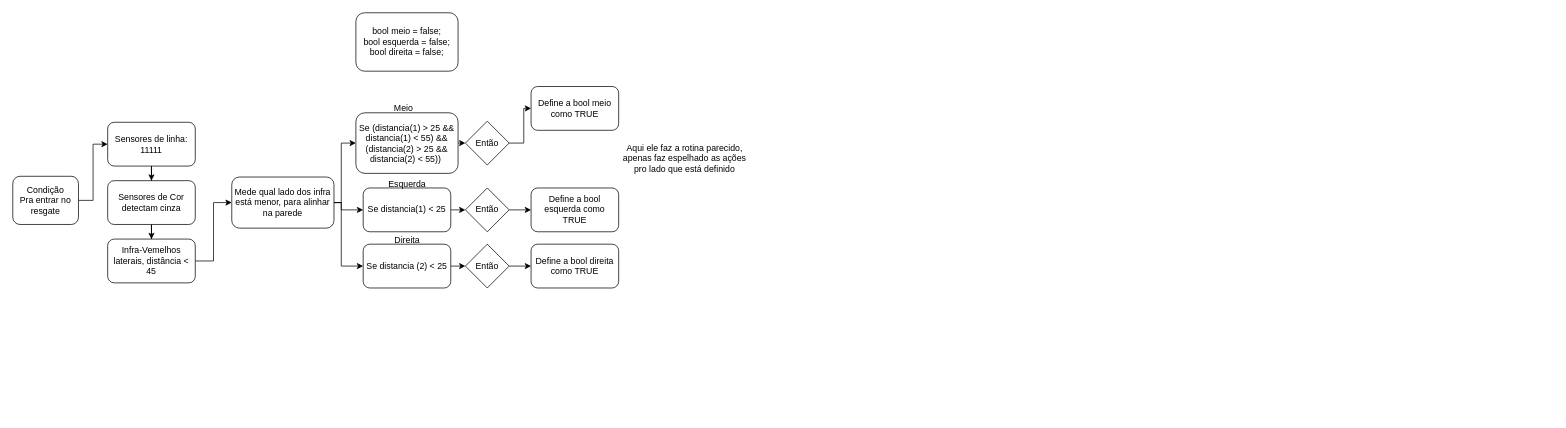
The draw.io diagram Resgate.drawio in Vcp290907/McQueen, before the edit. Source tidied: cells renumbered, new cells numbered last; positions are measured from the earlier drawing's top-left corner, leaving out a move shared by most shapes. Both pictures are drawn from the tidied source at 73%, with x=0, y=0 at pixel (12, 12).
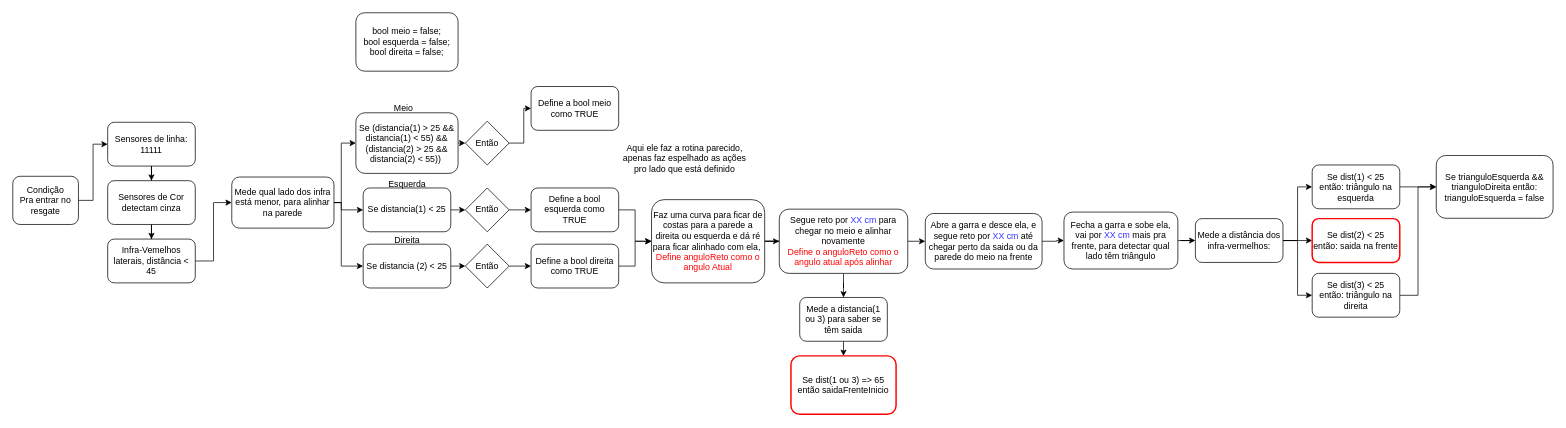
The same diagram, later.

The change refers to these unchanged cells:
```xml
<mxCell id="29" value="Define a bool esquerda como TRUE" style="rounded=1;whiteSpace=wrap;html=1;" parent="1" vertex="1">
  <mxGeometry x="710" y="240" width="120" height="60" as="geometry" />
</mxCell>
<mxCell id="30" value="Define a bool direita como TRUE" style="rounded=1;whiteSpace=wrap;html=1;" parent="1" vertex="1">
  <mxGeometry x="710" y="317" width="120" height="60" as="geometry" />
</mxCell>
```

Change to the diagram source:
```diff
@@
+    <mxCell id="34" style="edgeStyle=orthogonalEdgeStyle;rounded=0;jettySize=auto;html=1;exitX=1;exitY=0.5;exitDx=0;exitDy=0;entryX=0;entryY=0.5;entryDx=0;entryDy=0;" parent="1" edge="1" source="29" target="37">
+      <mxGeometry relative="1" as="geometry" />
+    </mxCell>
@@
+    <mxCell id="35" style="edgeStyle=orthogonalEdgeStyle;rounded=0;jettySize=auto;html=1;exitX=1;exitY=0.5;exitDx=0;exitDy=0;entryX=0;entryY=0.5;entryDx=0;entryDy=0;" parent="1" edge="1" source="30" target="37">
+      <mxGeometry relative="1" as="geometry" />
+    </mxCell>
@@
+    <mxCell id="36" style="edgeStyle=orthogonalEdgeStyle;rounded=0;jettySize=auto;html=1;entryX=0;entryY=0.5;entryDx=0;entryDy=0;" parent="1" edge="1" source="37" target="40">
+      <mxGeometry relative="1" as="geometry" />
+    </mxCell>
+    <mxCell id="37" value="Faz uma curva para ficar de costas para a parede a direita ou esquerda e dá ré para ficar alinhado com ela,&amp;nbsp;&lt;div&gt;&lt;font style=&quot;color: light-dark(rgb(255, 0, 0), rgb(255, 0, 0));&quot;&gt;Define anguloReto como o angulo Atual&lt;/font&gt;&lt;/div&gt;" style="rounded=1;whiteSpace=wrap;html=1;" parent="1" vertex="1">
+      <mxGeometry x="875" y="256" width="155" height="114" as="geometry" />
+    </mxCell>
+    <mxCell id="38" style="edgeStyle=orthogonalEdgeStyle;rounded=0;jettySize=auto;html=1;" parent="1" edge="1" source="40" target="42">
+      <mxGeometry relative="1" as="geometry">
+        <Array as="points">
+          <mxPoint x="1250" y="313" />
+          <mxPoint x="1250" y="313" />
+        </Array>
+      </mxGeometry>
+    </mxCell>
+    <mxCell id="39" style="edgeStyle=orthogonalEdgeStyle;rounded=0;jettySize=auto;html=1;entryX=0.5;entryY=0;entryDx=0;entryDy=0;" parent="1" edge="1" source="40" target="56">
+      <mxGeometry relative="1" as="geometry" />
+    </mxCell>
+    <mxCell id="40" value="Segue reto por &lt;font style=&quot;color: rgb(51, 51, 255);&quot;&gt;XX cm&lt;/font&gt; para chegar no meio e alinhar novamente&lt;br&gt;&lt;font style=&quot;color: light-dark(rgb(255, 0, 0), rgb(255, 0, 0));&quot;&gt;Define o anguloReto como o angulo atual após alinhar&lt;/font&gt;" style="rounded=1;whiteSpace=wrap;html=1;" parent="1" vertex="1">
+      <mxGeometry x="1050" y="269" width="176" height="88" as="geometry" />
+    </mxCell>
+    <mxCell id="41" style="edgeStyle=orthogonalEdgeStyle;rounded=0;jettySize=auto;html=1;entryX=0;entryY=0.5;entryDx=0;entryDy=0;" parent="1" edge="1" source="42" target="44">
+      <mxGeometry relative="1" as="geometry" />
+    </mxCell>
+    <mxCell id="42" value="Abre a garra e desce ela, e segue reto por &lt;font style=&quot;color: rgb(51, 51, 255);&quot;&gt;XX cm&lt;/font&gt; até chegar perto da saida ou da parede do meio na frente" style="rounded=1;whiteSpace=wrap;html=1;" parent="1" vertex="1">
+      <mxGeometry x="1250" y="275" width="160" height="76" as="geometry" />
+    </mxCell>
+    <mxCell id="43" style="edgeStyle=orthogonalEdgeStyle;rounded=0;jettySize=auto;html=1;entryX=0;entryY=0.5;entryDx=0;entryDy=0;" parent="1" edge="1" source="44" target="48">
+      <mxGeometry relative="1" as="geometry" />
+    </mxCell>
+    <mxCell id="44" value="Fecha a garra e sobe ela, vai por &lt;font style=&quot;color: rgb(51, 51, 255);&quot;&gt;XX cm&lt;/font&gt; mais pra frente, para detectar qual lado têm triângulo" style="rounded=1;whiteSpace=wrap;html=1;" parent="1" vertex="1">
+      <mxGeometry x="1440" y="273" width="156" height="78" as="geometry" />
+    </mxCell>
+    <mxCell id="45" style="edgeStyle=orthogonalEdgeStyle;rounded=0;jettySize=auto;html=1;entryX=0;entryY=0.5;entryDx=0;entryDy=0;" parent="1" edge="1" source="48" target="50">
+      <mxGeometry relative="1" as="geometry" />
+    </mxCell>
+    <mxCell id="46" style="edgeStyle=orthogonalEdgeStyle;rounded=0;jettySize=auto;html=1;entryX=0;entryY=0.5;entryDx=0;entryDy=0;" parent="1" edge="1" source="48" target="51">
+      <mxGeometry relative="1" as="geometry" />
+    </mxCell>
+    <mxCell id="47" style="edgeStyle=orthogonalEdgeStyle;rounded=0;jettySize=auto;html=1;exitX=1;exitY=0.5;exitDx=0;exitDy=0;entryX=0;entryY=0.5;entryDx=0;entryDy=0;" parent="1" edge="1" source="48" target="53">
+      <mxGeometry relative="1" as="geometry" />
+    </mxCell>
+    <mxCell id="48" value="Mede a distância dos infra-vermelhos:" style="rounded=1;whiteSpace=wrap;html=1;" parent="1" vertex="1">
+      <mxGeometry x="1620" y="282" width="120" height="60" as="geometry" />
+    </mxCell>
+    <mxCell id="49" style="edgeStyle=orthogonalEdgeStyle;rounded=0;jettySize=auto;html=1;entryX=0;entryY=0.5;entryDx=0;entryDy=0;" parent="1" edge="1" source="50" target="54">
+      <mxGeometry relative="1" as="geometry" />
+    </mxCell>
+    <mxCell id="50" value="Se dist(1) &amp;lt; 25&lt;div&gt;então: triângulo na esquerda&lt;/div&gt;" style="rounded=1;whiteSpace=wrap;html=1;" parent="1" vertex="1">
+      <mxGeometry x="1780" y="208.5" width="120" height="60" as="geometry" />
+    </mxCell>
+    <mxCell id="51" value="Se dist(2) &amp;lt; 25&lt;div&gt;então: saida na frente&lt;/div&gt;" style="rounded=1;whiteSpace=wrap;html=1;strokeColor=light-dark(#FF0000,#FF0000);strokeWidth=2;" parent="1" vertex="1">
+      <mxGeometry x="1780" y="282" width="120" height="60" as="geometry" />
+    </mxCell>
+    <mxCell id="52" style="edgeStyle=orthogonalEdgeStyle;rounded=0;jettySize=auto;html=1;entryX=0;entryY=0.5;entryDx=0;entryDy=0;" parent="1" edge="1" source="53" target="54">
+      <mxGeometry relative="1" as="geometry" />
+    </mxCell>
+    <mxCell id="53" value="Se dist(3) &amp;lt; 25&lt;div&gt;então: triângulo na direita&lt;/div&gt;" style="rounded=1;whiteSpace=wrap;html=1;" parent="1" vertex="1">
+      <mxGeometry x="1780" y="357" width="120" height="60" as="geometry" />
+    </mxCell>
+    <mxCell id="54" value="Se trianguloEsquerda &amp;amp;&amp;amp; trianguloDireita então: trianguloEsquerda = false" style="rounded=1;whiteSpace=wrap;html=1;" parent="1" vertex="1">
+      <mxGeometry x="1950" y="195.5" width="160" height="86" as="geometry" />
+    </mxCell>
+    <mxCell id="55" style="edgeStyle=orthogonalEdgeStyle;rounded=0;jettySize=auto;html=1;exitX=0.5;exitY=1;exitDx=0;exitDy=0;entryX=0.5;entryY=0;entryDx=0;entryDy=0;" parent="1" edge="1" source="56" target="57">
+      <mxGeometry relative="1" as="geometry" />
+    </mxCell>
+    <mxCell id="56" value="Mede a distancia(1 ou 3) para saber se têm saida" style="rounded=1;whiteSpace=wrap;html=1;" parent="1" vertex="1">
+      <mxGeometry x="1078" y="390" width="120" height="60" as="geometry" />
+    </mxCell>
+    <mxCell id="57" value="Se dist(1 ou 3) =&amp;gt; 65&lt;div&gt;então saidaFrenteInicio&lt;/div&gt;" style="rounded=1;whiteSpace=wrap;html=1;strokeColor=light-dark(#FF0000,#FF0000);strokeWidth=2;" parent="1" vertex="1">
+      <mxGeometry x="1066" y="470" width="144" height="80" as="geometry" />
+    </mxCell>
```
